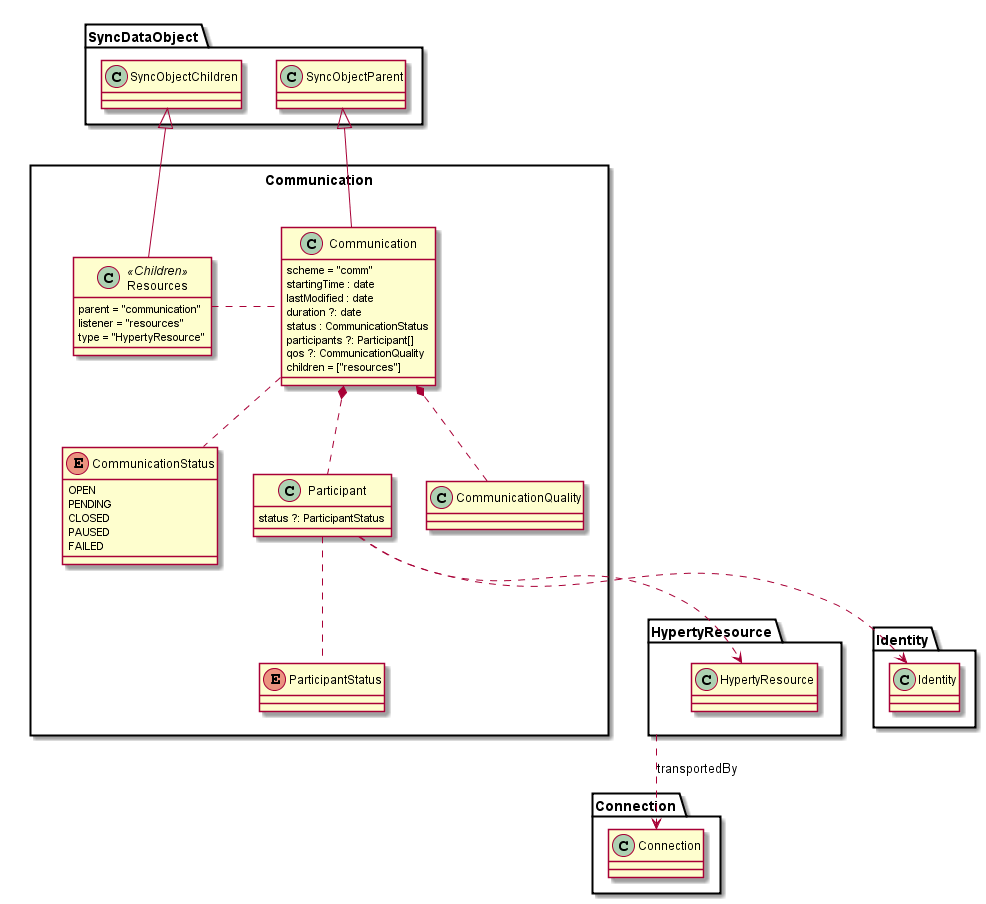
Above: datamodel/data-objects/communication/Communication-Data-Object-Model.png in reTHINK-project/specs (PlantUML), before the change.
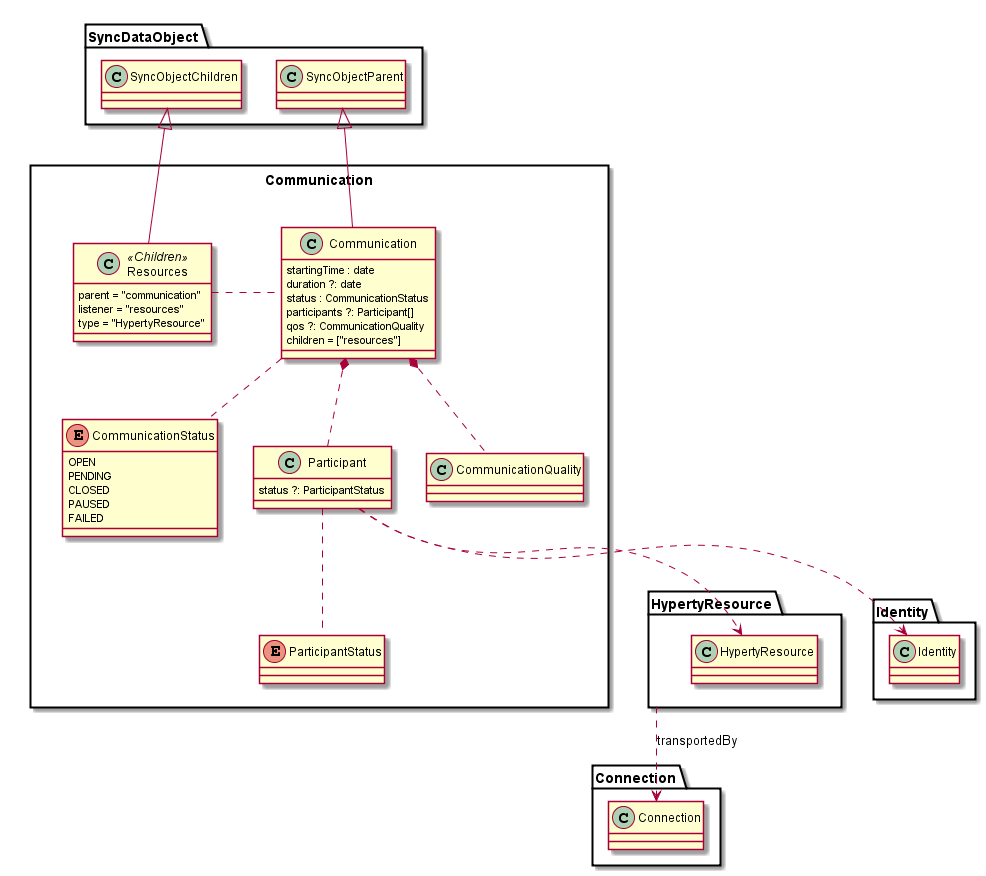
Above is the later version.

Commit message:
Completed communication data object model spec with example

Diff of the diagram source:
```diff
@@ -3,9 +3,7 @@
 package Communication <<Rect>> {
 
 	class Communication {
-		scheme = "comm"
 		startingTime : date
-		lastModified : date
 		duration ?: date
 		status : CommunicationStatus
 		participants ?: Participant[]
```
